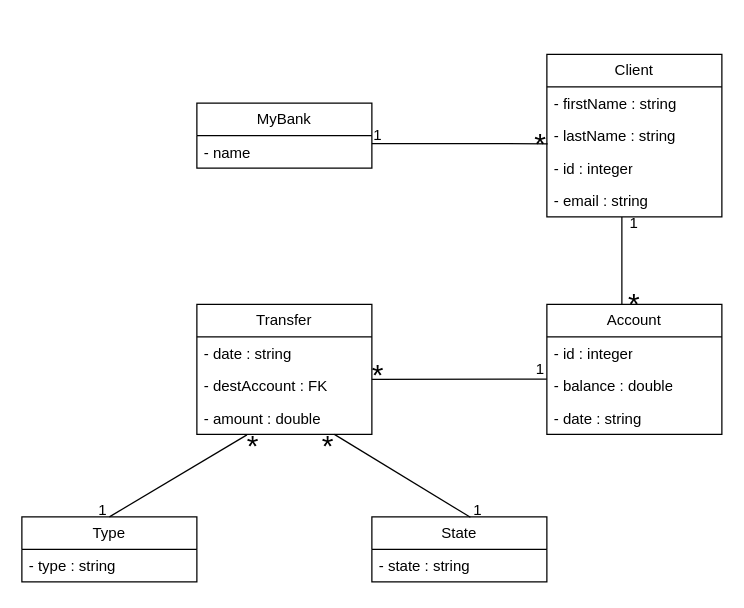
Earlier version of the draw.io diagram BankDB/BankDB.drawio (JFSLopes/Bank-System-SQLITE). Source tidied: cells renumbered, new cells numbered last; positions are measured from the earlier drawing's top-left corner, leaving out a move shared by most shapes. Both pictures are drawn from the tidied source at 125%, with x=0, y=0 at pixel (21, 54).
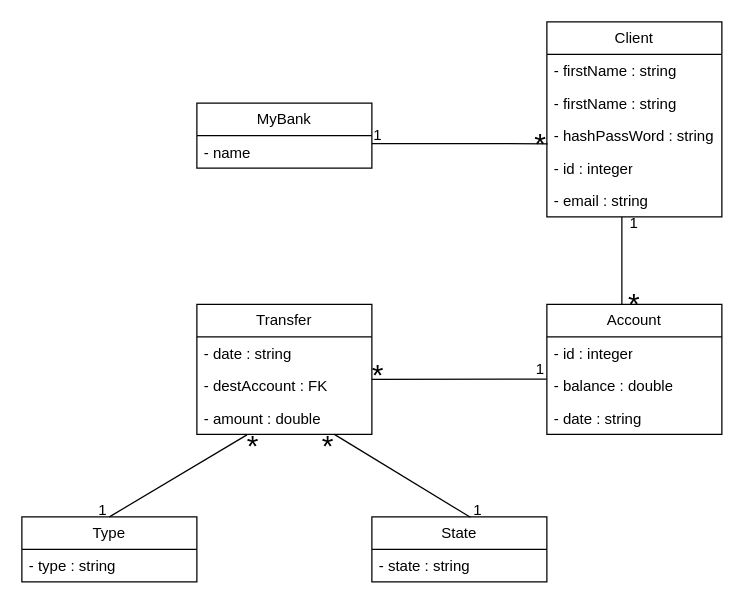
The same diagram, later.

Commit message (it also covers changes not shown here):
Created the schema with the constrain and started populating it

The edit, as a diff of the source:
```diff
@@
     <mxCell id="4" value="Client" style="swimlane;fontStyle=0;horizontal=1;startSize=26;fillColor=none;whiteSpace=wrap;html=1;" parent="1" vertex="1">
-      <mxGeometry x="420" width="140" height="130" as="geometry" />
+      <mxGeometry x="420" y="-26" width="140" height="156" as="geometry" />
     </mxCell>
@@
+    <mxCell id="36" value="- firstName : string" style="text;strokeColor=none;fillColor=none;align=left;verticalAlign=top;spacingLeft=4;spacingRight=4;overflow=hidden;whiteSpace=wrap;html=1;" parent="4" vertex="1">
+      <mxGeometry y="52" width="140" height="26" as="geometry" />
+    </mxCell>
-    <mxCell id="6" value="- lastName : string" style="text;strokeColor=none;fillColor=none;align=left;verticalAlign=top;spacingLeft=4;spacingRight=4;overflow=hidden;whiteSpace=wrap;html=1;" parent="4" vertex="1">
-      <mxGeometry y="52" width="140" height="26" as="geometry" />
+    <mxCell id="6" value="- hashPassWord : string" style="text;strokeColor=none;fillColor=none;align=left;verticalAlign=top;spacingLeft=4;spacingRight=4;overflow=hidden;whiteSpace=wrap;html=1;" parent="4" vertex="1">
+      <mxGeometry y="78" width="140" height="26" as="geometry" />
     </mxCell>
     <mxCell id="7" value="- id : integer" style="text;strokeColor=none;fillColor=none;align=left;verticalAlign=top;spacingLeft=4;spacingRight=4;overflow=hidden;whiteSpace=wrap;html=1;" parent="4" vertex="1">
-      <mxGeometry y="78" width="140" height="26" as="geometry" />
+      <mxGeometry y="104" width="140" height="26" as="geometry" />
     </mxCell>
     <mxCell id="8" value="- email : string" style="text;strokeColor=none;fillColor=none;align=left;verticalAlign=top;spacingLeft=4;spacingRight=4;overflow=hidden;whiteSpace=wrap;html=1;" parent="4" vertex="1">
-      <mxGeometry y="104" width="140" height="26" as="geometry" />
+      <mxGeometry y="130" width="140" height="26" as="geometry" />
     </mxCell>
```
